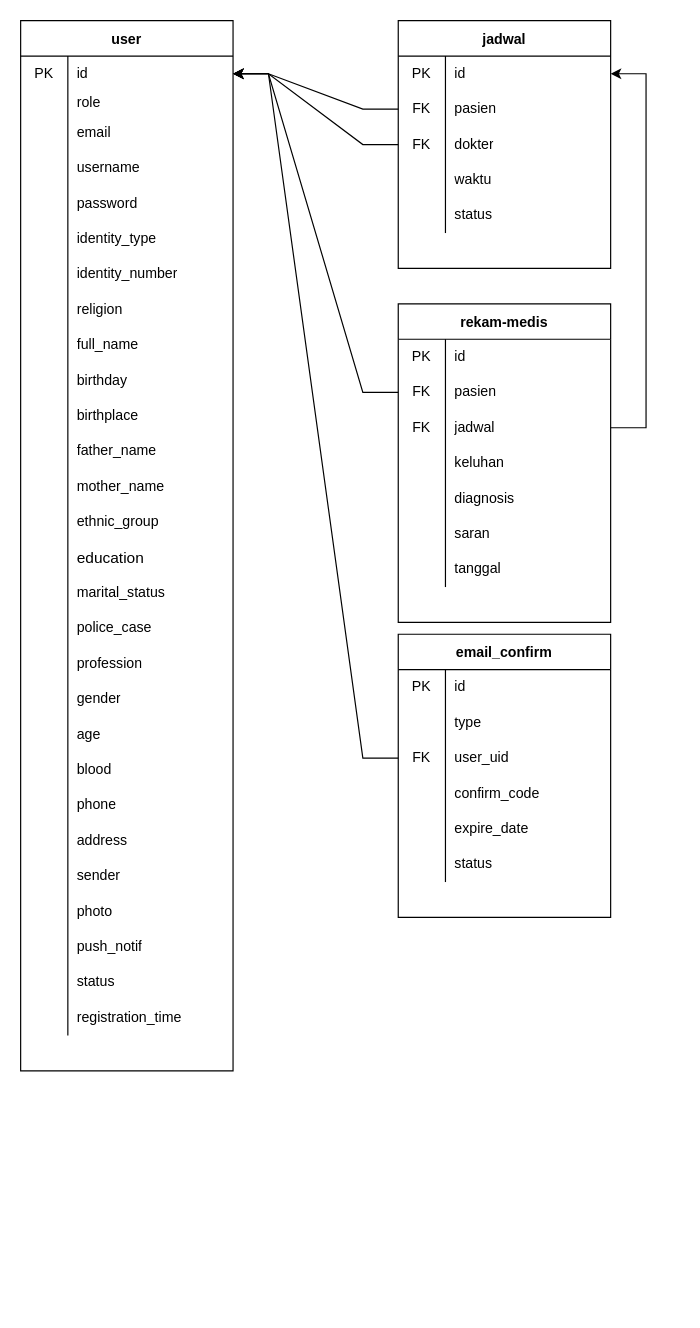
Earlier version of the draw.io diagram database-diagram.drawio (skripsimedansoftware/012). Source tidied: cells renumbered, new cells numbered last; positions are measured from the earlier drawing's top-left corner, leaving out a move shared by most shapes. Both pictures are drawn from the tidied source at 118%, with x=0, y=0 at pixel (20, 20).
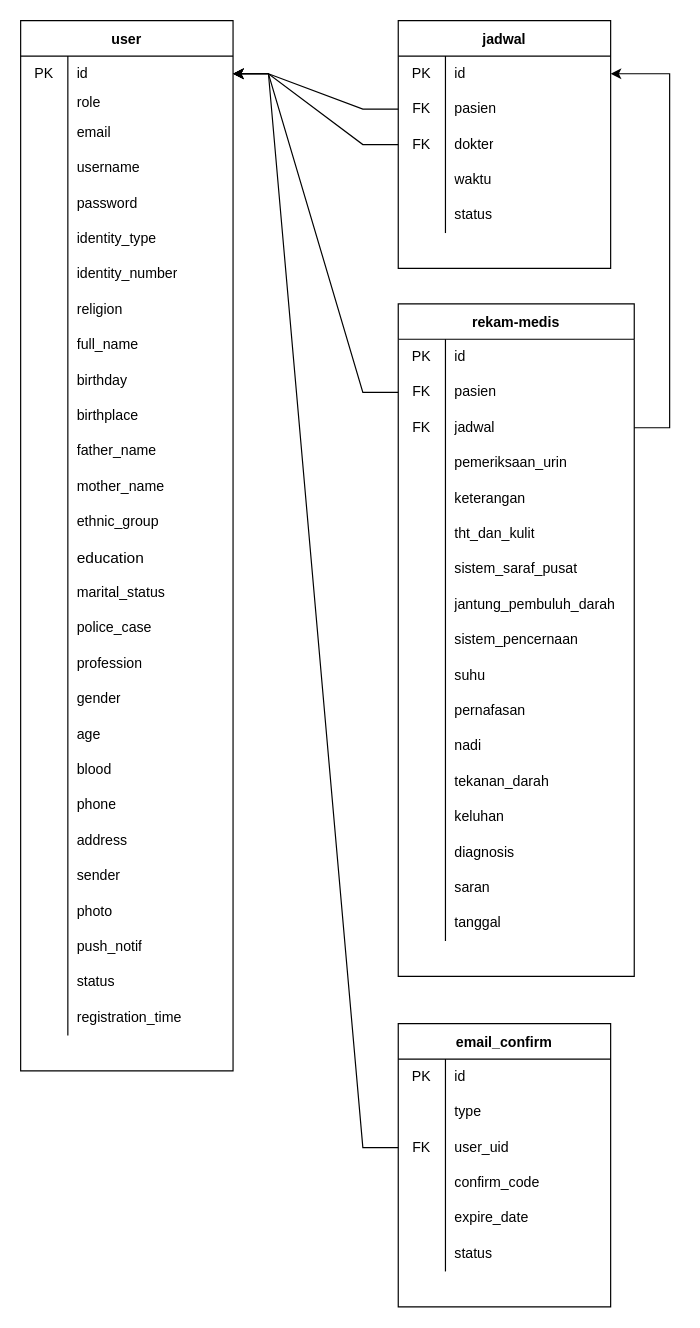
After the change.

The edit, as a diff of the source:
```diff
@@
     <mxCell id="87" value="rekam-medis" style="shape=table;startSize=30;childLayout=tableLayout;rowLines=0;fontStyle=1;" parent="1" vertex="1">
-      <mxGeometry x="320" y="240" width="180" height="270" as="geometry" />
+      <mxGeometry x="320" y="240" width="200" height="570" as="geometry" />
     </mxCell>
     <mxCell id="88" style="shape=tableRow;horizontal=0;startSize=0;swimlaneHead=0;swimlaneBody=0;top=0;left=0;bottom=0;right=0;fillColor=none;" parent="87" vertex="1">
-      <mxGeometry y="30" width="180" height="30" as="geometry" />
+      <mxGeometry y="30" width="200" height="30" as="geometry" />
     </mxCell>
@@
     <mxCell id="90" value="id" style="shape=partialRectangle;html=1;whiteSpace=wrap;fillColor=none;top=0;left=0;bottom=0;right=0;align=left;spacingLeft=6;overflow=hidden;" parent="88" vertex="1">
-      <mxGeometry x="40" width="140" height="30" as="geometry" />
+      <mxGeometry x="40" width="160" height="30" as="geometry" />
     </mxCell>
     <mxCell id="91" style="shape=tableRow;horizontal=0;startSize=0;swimlaneHead=0;swimlaneBody=0;top=0;left=0;bottom=0;right=0;fillColor=none;points=[[0,0.5],[1,0.5]];portConstraint=eastwest;" parent="87" vertex="1">
-      <mxGeometry y="60" width="180" height="30" as="geometry" />
+      <mxGeometry y="60" width="200" height="30" as="geometry" />
     </mxCell>
@@
     <mxCell id="93" value="pasien" style="shape=partialRectangle;html=1;whiteSpace=wrap;fillColor=none;top=0;left=0;bottom=0;right=0;align=left;spacingLeft=6;overflow=hidden;" parent="91" vertex="1">
-      <mxGeometry x="40" width="140" height="30" as="geometry" />
+      <mxGeometry x="40" width="160" height="30" as="geometry" />
     </mxCell>
     <mxCell id="94" style="shape=tableRow;horizontal=0;startSize=0;swimlaneHead=0;swimlaneBody=0;top=0;left=0;bottom=0;right=0;fillColor=none;points=[[0,0.5],[1,0.5]];portConstraint=eastwest;" parent="87" vertex="1">
-      <mxGeometry y="90" width="180" height="30" as="geometry" />
+      <mxGeometry y="90" width="200" height="30" as="geometry" />
     </mxCell>
@@
     <mxCell id="96" value="jadwal" style="shape=partialRectangle;html=1;whiteSpace=wrap;fillColor=none;top=0;left=0;bottom=0;right=0;align=left;spacingLeft=6;overflow=hidden;" parent="94" vertex="1">
-      <mxGeometry x="40" width="140" height="30" as="geometry" />
+      <mxGeometry x="40" width="160" height="30" as="geometry" />
     </mxCell>
+    <mxCell id="149" style="shape=tableRow;horizontal=0;startSize=0;swimlaneHead=0;swimlaneBody=0;top=0;left=0;bottom=0;right=0;fillColor=none;" parent="87" vertex="1">
+      <mxGeometry y="120" width="200" height="30" as="geometry" />
+    </mxCell>
+    <mxCell id="150" style="shape=partialRectangle;html=1;whiteSpace=wrap;fillColor=none;top=0;left=0;bottom=0;right=0;overflow=hidden;" parent="149" vertex="1">
+      <mxGeometry width="40" height="30" as="geometry" />
+    </mxCell>
+    <mxCell id="151" value="pemeriksaan_urin" style="shape=partialRectangle;html=1;whiteSpace=wrap;fillColor=none;top=0;left=0;bottom=0;right=0;align=left;spacingLeft=6;overflow=hidden;" parent="149" vertex="1">
+      <mxGeometry x="40" width="160" height="30" as="geometry" />
+    </mxCell>
+    <mxCell id="152" style="shape=tableRow;horizontal=0;startSize=0;swimlaneHead=0;swimlaneBody=0;top=0;left=0;bottom=0;right=0;fillColor=none;" parent="87" vertex="1">
+      <mxGeometry y="150" width="200" height="30" as="geometry" />
+    </mxCell>
+    <mxCell id="153" style="shape=partialRectangle;html=1;whiteSpace=wrap;fillColor=none;top=0;left=0;bottom=0;right=0;overflow=hidden;" parent="152" vertex="1">
+      <mxGeometry width="40" height="30" as="geometry" />
+    </mxCell>
+    <mxCell id="154" value="keterangan" style="shape=partialRectangle;html=1;whiteSpace=wrap;fillColor=none;top=0;left=0;bottom=0;right=0;align=left;spacingLeft=6;overflow=hidden;" parent="152" vertex="1">
+      <mxGeometry x="40" width="160" height="30" as="geometry" />
+    </mxCell>
+    <mxCell id="155" style="shape=tableRow;horizontal=0;startSize=0;swimlaneHead=0;swimlaneBody=0;top=0;left=0;bottom=0;right=0;fillColor=none;" parent="87" vertex="1">
+      <mxGeometry y="180" width="200" height="30" as="geometry" />
+    </mxCell>
+    <mxCell id="156" style="shape=partialRectangle;html=1;whiteSpace=wrap;fillColor=none;top=0;left=0;bottom=0;right=0;overflow=hidden;" parent="155" vertex="1">
+      <mxGeometry width="40" height="30" as="geometry" />
+    </mxCell>
+    <mxCell id="157" value="tht_dan_kulit" style="shape=partialRectangle;html=1;whiteSpace=wrap;fillColor=none;top=0;left=0;bottom=0;right=0;align=left;spacingLeft=6;overflow=hidden;" parent="155" vertex="1">
+      <mxGeometry x="40" width="160" height="30" as="geometry" />
+    </mxCell>
+    <mxCell id="158" style="shape=tableRow;horizontal=0;startSize=0;swimlaneHead=0;swimlaneBody=0;top=0;left=0;bottom=0;right=0;fillColor=none;" parent="87" vertex="1">
+      <mxGeometry y="210" width="200" height="30" as="geometry" />
+    </mxCell>
+    <mxCell id="159" style="shape=partialRectangle;html=1;whiteSpace=wrap;fillColor=none;top=0;left=0;bottom=0;right=0;overflow=hidden;" parent="158" vertex="1">
+      <mxGeometry width="40" height="30" as="geometry" />
+    </mxCell>
+    <mxCell id="160" value="sistem_saraf_pusat" style="shape=partialRectangle;html=1;whiteSpace=wrap;fillColor=none;top=0;left=0;bottom=0;right=0;align=left;spacingLeft=6;overflow=hidden;" parent="158" vertex="1">
+      <mxGeometry x="40" width="160" height="30" as="geometry" />
+    </mxCell>
+    <mxCell id="161" style="shape=tableRow;horizontal=0;startSize=0;swimlaneHead=0;swimlaneBody=0;top=0;left=0;bottom=0;right=0;fillColor=none;" parent="87" vertex="1">
+      <mxGeometry y="240" width="200" height="30" as="geometry" />
+    </mxCell>
+    <mxCell id="162" style="shape=partialRectangle;html=1;whiteSpace=wrap;fillColor=none;top=0;left=0;bottom=0;right=0;overflow=hidden;" parent="161" vertex="1">
+      <mxGeometry width="40" height="30" as="geometry" />
+    </mxCell>
+    <mxCell id="163" value="jantung_pembuluh_darah" style="shape=partialRectangle;html=1;whiteSpace=wrap;fillColor=none;top=0;left=0;bottom=0;right=0;align=left;spacingLeft=6;overflow=hidden;" parent="161" vertex="1">
+      <mxGeometry x="40" width="160" height="30" as="geometry" />
+    </mxCell>
+    <mxCell id="164" style="shape=tableRow;horizontal=0;startSize=0;swimlaneHead=0;swimlaneBody=0;top=0;left=0;bottom=0;right=0;fillColor=none;" parent="87" vertex="1">
+      <mxGeometry y="270" width="200" height="30" as="geometry" />
+    </mxCell>
+    <mxCell id="165" style="shape=partialRectangle;html=1;whiteSpace=wrap;fillColor=none;top=0;left=0;bottom=0;right=0;overflow=hidden;" parent="164" vertex="1">
+      <mxGeometry width="40" height="30" as="geometry" />
+    </mxCell>
+    <mxCell id="166" value="sistem_pencernaan" style="shape=partialRectangle;html=1;whiteSpace=wrap;fillColor=none;top=0;left=0;bottom=0;right=0;align=left;spacingLeft=6;overflow=hidden;" parent="164" vertex="1">
+      <mxGeometry x="40" width="160" height="30" as="geometry" />
+    </mxCell>
+    <mxCell id="167" style="shape=tableRow;horizontal=0;startSize=0;swimlaneHead=0;swimlaneBody=0;top=0;left=0;bottom=0;right=0;fillColor=none;" parent="87" vertex="1">
+      <mxGeometry y="300" width="200" height="30" as="geometry" />
+    </mxCell>
+    <mxCell id="168" style="shape=partialRectangle;html=1;whiteSpace=wrap;fillColor=none;top=0;left=0;bottom=0;right=0;overflow=hidden;" parent="167" vertex="1">
+      <mxGeometry width="40" height="30" as="geometry" />
+    </mxCell>
+    <mxCell id="169" value="suhu" style="shape=partialRectangle;html=1;whiteSpace=wrap;fillColor=none;top=0;left=0;bottom=0;right=0;align=left;spacingLeft=6;overflow=hidden;" parent="167" vertex="1">
+      <mxGeometry x="40" width="160" height="30" as="geometry" />
+    </mxCell>
+    <mxCell id="170" style="shape=tableRow;horizontal=0;startSize=0;swimlaneHead=0;swimlaneBody=0;top=0;left=0;bottom=0;right=0;fillColor=none;" parent="87" vertex="1">
+      <mxGeometry y="330" width="200" height="30" as="geometry" />
+    </mxCell>
+    <mxCell id="171" style="shape=partialRectangle;html=1;whiteSpace=wrap;fillColor=none;top=0;left=0;bottom=0;right=0;overflow=hidden;" parent="170" vertex="1">
+      <mxGeometry width="40" height="30" as="geometry" />
+    </mxCell>
+    <mxCell id="172" value="pernafasan" style="shape=partialRectangle;html=1;whiteSpace=wrap;fillColor=none;top=0;left=0;bottom=0;right=0;align=left;spacingLeft=6;overflow=hidden;" parent="170" vertex="1">
+      <mxGeometry x="40" width="160" height="30" as="geometry" />
+    </mxCell>
+    <mxCell id="173" style="shape=tableRow;horizontal=0;startSize=0;swimlaneHead=0;swimlaneBody=0;top=0;left=0;bottom=0;right=0;fillColor=none;" parent="87" vertex="1">
+      <mxGeometry y="360" width="200" height="30" as="geometry" />
+    </mxCell>
+    <mxCell id="174" style="shape=partialRectangle;html=1;whiteSpace=wrap;fillColor=none;top=0;left=0;bottom=0;right=0;overflow=hidden;" parent="173" vertex="1">
+      <mxGeometry width="40" height="30" as="geometry" />
+    </mxCell>
+    <mxCell id="175" value="nadi" style="shape=partialRectangle;html=1;whiteSpace=wrap;fillColor=none;top=0;left=0;bottom=0;right=0;align=left;spacingLeft=6;overflow=hidden;" parent="173" vertex="1">
+      <mxGeometry x="40" width="160" height="30" as="geometry" />
+    </mxCell>
+    <mxCell id="176" style="shape=tableRow;horizontal=0;startSize=0;swimlaneHead=0;swimlaneBody=0;top=0;left=0;bottom=0;right=0;fillColor=none;" parent="87" vertex="1">
+      <mxGeometry y="390" width="200" height="30" as="geometry" />
+    </mxCell>
+    <mxCell id="177" style="shape=partialRectangle;html=1;whiteSpace=wrap;fillColor=none;top=0;left=0;bottom=0;right=0;overflow=hidden;" parent="176" vertex="1">
+      <mxGeometry width="40" height="30" as="geometry" />
+    </mxCell>
+    <mxCell id="178" value="tekanan_darah" style="shape=partialRectangle;html=1;whiteSpace=wrap;fillColor=none;top=0;left=0;bottom=0;right=0;align=left;spacingLeft=6;overflow=hidden;" parent="176" vertex="1">
+      <mxGeometry x="40" width="160" height="30" as="geometry" />
+    </mxCell>
     <mxCell id="97" style="shape=tableRow;horizontal=0;startSize=0;swimlaneHead=0;swimlaneBody=0;top=0;left=0;bottom=0;right=0;fillColor=none;" parent="87" vertex="1">
-      <mxGeometry y="120" width="180" height="30" as="geometry" />
+      <mxGeometry y="420" width="200" height="30" as="geometry" />
     </mxCell>
@@
     <mxCell id="99" value="keluhan" style="shape=partialRectangle;html=1;whiteSpace=wrap;fillColor=none;top=0;left=0;bottom=0;right=0;align=left;spacingLeft=6;overflow=hidden;" parent="97" vertex="1">
-      <mxGeometry x="40" width="140" height="30" as="geometry" />
+      <mxGeometry x="40" width="160" height="30" as="geometry" />
     </mxCell>
     <mxCell id="100" style="shape=tableRow;horizontal=0;startSize=0;swimlaneHead=0;swimlaneBody=0;top=0;left=0;bottom=0;right=0;fillColor=none;" parent="87" vertex="1">
-      <mxGeometry y="150" width="180" height="30" as="geometry" />
+      <mxGeometry y="450" width="200" height="30" as="geometry" />
     </mxCell>
@@
     <mxCell id="102" value="diagnosis" style="shape=partialRectangle;html=1;whiteSpace=wrap;fillColor=none;top=0;left=0;bottom=0;right=0;align=left;spacingLeft=6;overflow=hidden;" parent="100" vertex="1">
-      <mxGeometry x="40" width="140" height="30" as="geometry" />
+      <mxGeometry x="40" width="160" height="30" as="geometry" />
     </mxCell>
     <mxCell id="103" style="shape=tableRow;horizontal=0;startSize=0;swimlaneHead=0;swimlaneBody=0;top=0;left=0;bottom=0;right=0;fillColor=none;" parent="87" vertex="1">
-      <mxGeometry y="180" width="180" height="30" as="geometry" />
+      <mxGeometry y="480" width="200" height="30" as="geometry" />
     </mxCell>
@@
     <mxCell id="105" value="saran" style="shape=partialRectangle;html=1;whiteSpace=wrap;fillColor=none;top=0;left=0;bottom=0;right=0;align=left;spacingLeft=6;overflow=hidden;" parent="103" vertex="1">
-      <mxGeometry x="40" width="140" height="30" as="geometry" />
+      <mxGeometry x="40" width="160" height="30" as="geometry" />
     </mxCell>
     <mxCell id="106" style="shape=tableRow;horizontal=0;startSize=0;swimlaneHead=0;swimlaneBody=0;top=0;left=0;bottom=0;right=0;fillColor=none;" parent="87" vertex="1">
-      <mxGeometry y="210" width="180" height="30" as="geometry" />
+      <mxGeometry y="510" width="200" height="30" as="geometry" />
     </mxCell>
@@
     <mxCell id="108" value="tanggal" style="shape=partialRectangle;html=1;whiteSpace=wrap;fillColor=none;top=0;left=0;bottom=0;right=0;align=left;spacingLeft=6;overflow=hidden;" parent="106" vertex="1">
-      <mxGeometry x="40" width="140" height="30" as="geometry" />
+      <mxGeometry x="40" width="160" height="30" as="geometry" />
     </mxCell>
@@
     <mxCell id="125" value="email_confirm" style="shape=table;startSize=30;childLayout=tableLayout;rowLines=0;fontStyle=1;" parent="1" vertex="1">
-      <mxGeometry x="320" y="520" width="180" height="240" as="geometry" />
+      <mxGeometry x="320" y="850" width="180" height="240" as="geometry" />
     </mxCell>
```
